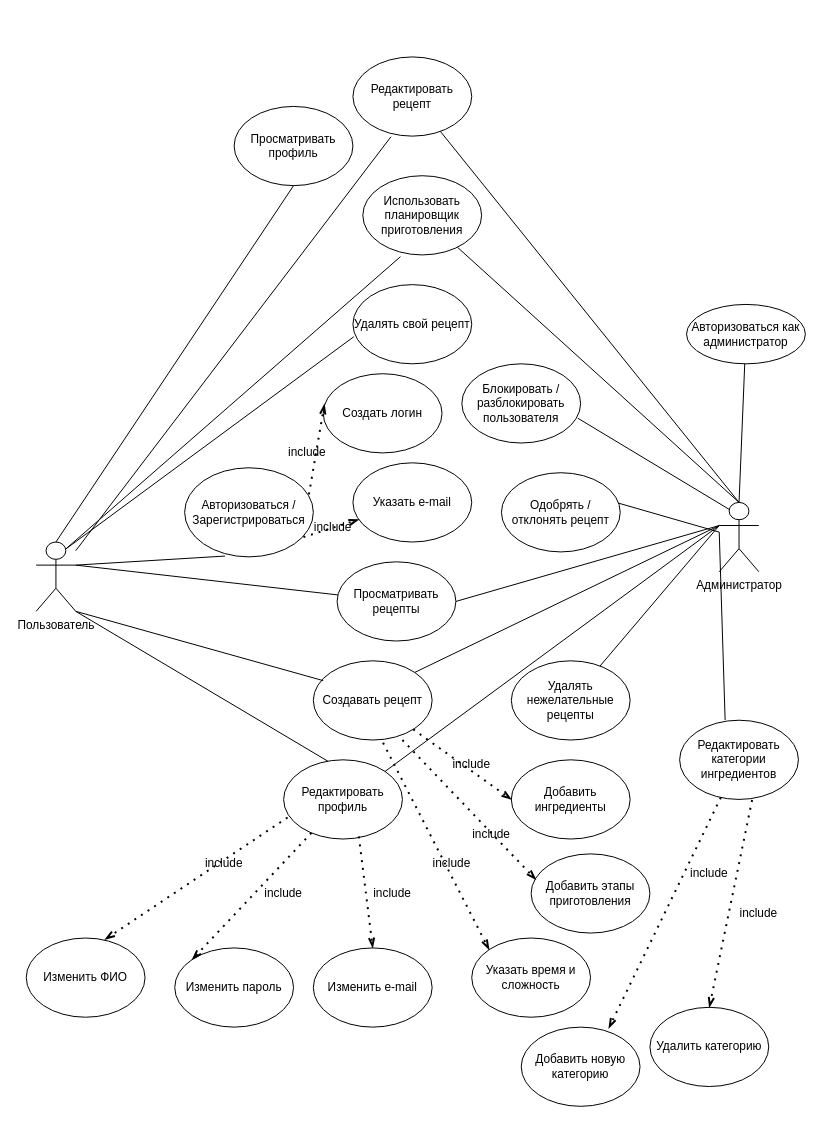
Before: doc/use-case.drawio in pestlain34/A_Graph-Based_System_for_Intelligent_Culinary_Process_Sequencing, a draw.io diagram. Source tidied: cells renumbered, new cells numbered last; positions are measured from the earlier drawing's top-left corner, leaving out a move shared by most shapes. Both pictures are drawn from the tidied source at 99%, with x=0, y=0 at pixel (26, 56).
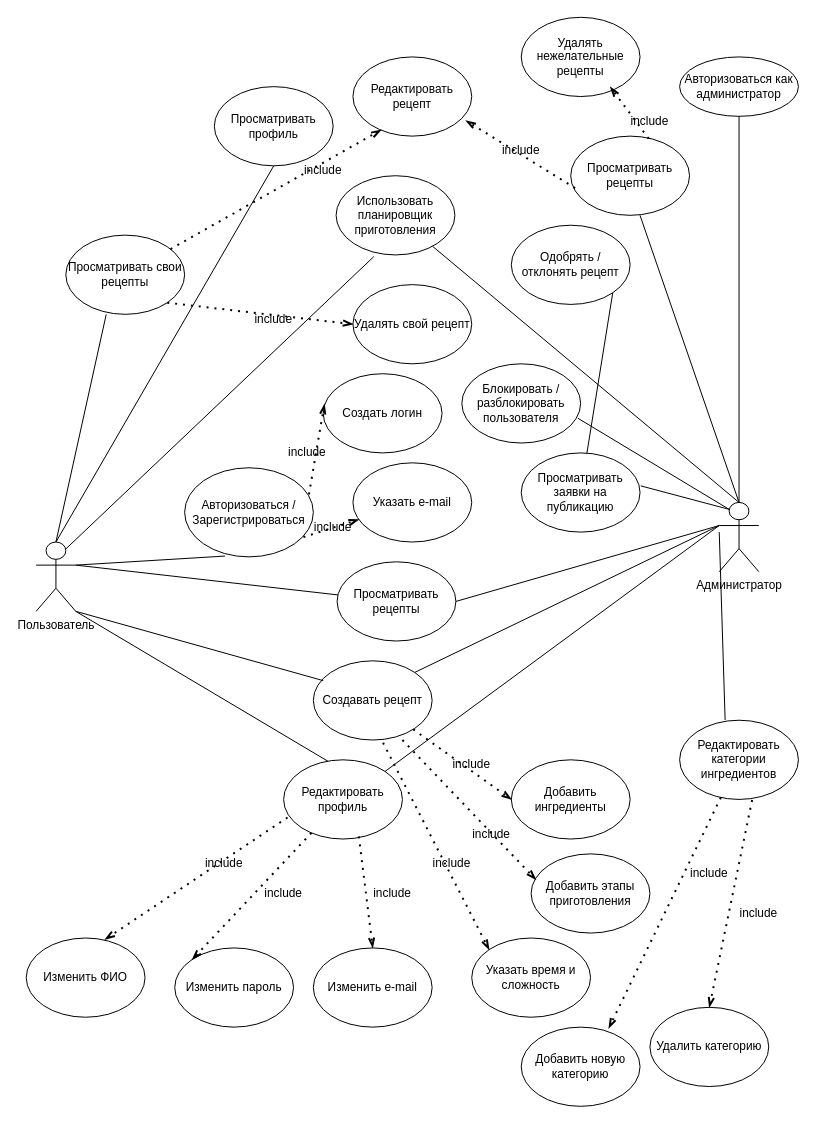
Above is the later version.

Unchanged cells that the change refers to:
```xml
<mxCell id="2" value="Пользователь" style="shape=umlActor;verticalLabelPosition=bottom;verticalAlign=top;html=1;outlineConnect=0;" parent="1" vertex="1">
  <mxGeometry x="10" y="490" width="40" height="70" as="geometry" />
</mxCell>
<mxCell id="3" value="Администратор" style="shape=umlActor;verticalLabelPosition=bottom;verticalAlign=top;html=1;outlineConnect=0;" parent="1" vertex="1">
  <mxGeometry x="700" y="450" width="40" height="70" as="geometry" />
</mxCell>
<mxCell id="20" value="Редактировать рецепт" style="ellipse;whiteSpace=wrap;html=1;" parent="1" vertex="1">
  <mxGeometry x="330" width="120" height="80" as="geometry" />
</mxCell>
<mxCell id="21" value="Удалять свой рецепт" style="ellipse;whiteSpace=wrap;html=1;" parent="1" vertex="1">
  <mxGeometry x="330" y="230" width="120" height="80" as="geometry" />
</mxCell>
```

The edit, as a diff of the source:
```diff
@@
-    <mxCell id="22" style="endArrow=none;html=1;rounded=0;entryX=0.32;entryY=1.008;entryDx=0;entryDy=0;entryPerimeter=0;" parent="1" edge="1" source="2" target="20">
-      <mxGeometry relative="1" as="geometry" />
-    </mxCell>
-    <mxCell id="23" style="endArrow=none;html=1;rounded=0;exitX=0.75;exitY=0.1;exitDx=0;exitDy=0;exitPerimeter=0;entryX=0.007;entryY=0.658;entryDx=0;entryDy=0;entryPerimeter=0;" parent="1" edge="1" source="2" target="21">
-      <mxGeometry relative="1" as="geometry" />
-    </mxCell>
     <mxCell id="24" value="Просматривать профиль" style="ellipse;whiteSpace=wrap;html=1;" parent="1" vertex="1">
-      <mxGeometry x="210" y="50" width="120" height="80" as="geometry" />
+      <mxGeometry x="190" y="30" width="120" height="80" as="geometry" />
     </mxCell>
     <mxCell id="25" value="Использовать планировщик приготовления" style="ellipse;whiteSpace=wrap;html=1;" parent="1" vertex="1">
-      <mxGeometry x="340" y="120" width="120" height="80" as="geometry" />
+      <mxGeometry x="313" y="120" width="120" height="80" as="geometry" />
     </mxCell>
@@
     <mxCell id="36" value="Авторизоваться как администратор" style="ellipse;whiteSpace=wrap;html=1;" parent="1" vertex="1">
-      <mxGeometry x="667" y="250" width="120" height="60" as="geometry" />
+      <mxGeometry x="660" width="120" height="60" as="geometry" />
     </mxCell>
     <mxCell id="37" value="Одобрять / отклонять рецепт" style="ellipse;whiteSpace=wrap;html=1;" parent="1" vertex="1">
-      <mxGeometry x="480" y="420" width="120" height="80" as="geometry" />
+      <mxGeometry x="490" y="170" width="120" height="80" as="geometry" />
     </mxCell>
@@
     <mxCell id="39" value="Удалять нежелательные рецепты" style="ellipse;whiteSpace=wrap;html=1;" parent="1" vertex="1">
-      <mxGeometry x="490" y="610" width="120" height="80" as="geometry" />
+      <mxGeometry x="500" y="-40" width="120" height="80" as="geometry" />
     </mxCell>
@@
-    <mxCell id="45" style="endArrow=none;html=1;rounded=0;entryX=0;entryY=0.3333333333333333;entryDx=0;entryDy=0;entryPerimeter=0;" parent="1" edge="1" source="39" target="3">
-      <mxGeometry relative="1" as="geometry" />
-    </mxCell>
@@
-    <mxCell id="49" style="endArrow=none;html=1;rounded=0;exitX=0.5;exitY=0;exitDx=0;exitDy=0;exitPerimeter=0;" parent="1" edge="1" source="3" target="20">
-      <mxGeometry relative="1" as="geometry" />
-    </mxCell>
@@
-    <mxCell id="64" style="endArrow=none;html=1;rounded=0;exitX=0.983;exitY=0.383;exitDx=0;exitDy=0;exitPerimeter=0;" parent="1" edge="1" source="37">
-      <mxGeometry relative="1" as="geometry">
-        <mxPoint x="700" y="480" as="targetPoint" />
-      </mxGeometry>
-    </mxCell>
+    <mxCell id="65" value="Просматривать свои рецепты" style="ellipse;whiteSpace=wrap;html=1;" parent="1" vertex="1">
+      <mxGeometry x="40" y="180" width="120" height="80" as="geometry" />
+    </mxCell>
+    <mxCell id="66" style="endArrow=openThin;dashed=1;html=1;dashPattern=1 3;strokeWidth=2;rounded=0;endFill=0;entryX=0.237;entryY=0.922;entryDx=0;entryDy=0;entryPerimeter=0;" parent="1" edge="1" source="65" target="20">
+      <mxGeometry relative="1" as="geometry" />
+    </mxCell>
+    <mxCell id="67" value="include" style="text;html=1;align=center;verticalAlign=middle;whiteSpace=wrap;rounded=0;" parent="1" vertex="1">
+      <mxGeometry x="270" y="100" width="60" height="30" as="geometry" />
+    </mxCell>
+    <mxCell id="68" style="endArrow=openThin;dashed=1;html=1;dashPattern=1 3;strokeWidth=2;rounded=0;endFill=0;entryX=0;entryY=0.5;entryDx=0;entryDy=0;exitX=1;exitY=1;exitDx=0;exitDy=0;" parent="1" edge="1" source="65" target="21">
+      <mxGeometry relative="1" as="geometry" />
+    </mxCell>
+    <mxCell id="69" value="include" style="text;html=1;align=center;verticalAlign=middle;whiteSpace=wrap;rounded=0;" parent="1" vertex="1">
+      <mxGeometry x="220" y="250" width="60" height="30" as="geometry" />
+    </mxCell>
+    <mxCell id="70" style="endArrow=none;html=1;rounded=0;entryX=0.34;entryY=1.001;entryDx=0;entryDy=0;entryPerimeter=0;exitX=0.5;exitY=0;exitDx=0;exitDy=0;exitPerimeter=0;" parent="1" edge="1" source="2" target="65">
+      <mxGeometry relative="1" as="geometry" />
+    </mxCell>
+    <mxCell id="71" value="Просматривать рецепты" style="ellipse;whiteSpace=wrap;html=1;" parent="1" vertex="1">
+      <mxGeometry x="550" y="80" width="120" height="80" as="geometry" />
+    </mxCell>
+    <mxCell id="72" style="endArrow=openThin;dashed=1;html=1;dashPattern=1 3;strokeWidth=2;rounded=0;endFill=0;entryX=0.75;entryY=0.881;entryDx=0;entryDy=0;entryPerimeter=0;exitX=0.657;exitY=0.032;exitDx=0;exitDy=0;exitPerimeter=0;" parent="1" edge="1" source="71" target="39">
+      <mxGeometry relative="1" as="geometry" />
+    </mxCell>
+    <mxCell id="73" style="endArrow=openThin;dashed=1;html=1;dashPattern=1 3;strokeWidth=2;rounded=0;endFill=0;entryX=0.951;entryY=0.804;entryDx=0;entryDy=0;entryPerimeter=0;exitX=0.037;exitY=0.656;exitDx=0;exitDy=0;exitPerimeter=0;" parent="1" edge="1" source="71" target="20">
+      <mxGeometry relative="1" as="geometry" />
+    </mxCell>
+    <mxCell id="74" style="endArrow=none;html=1;rounded=0;exitX=0.5;exitY=0;exitDx=0;exitDy=0;exitPerimeter=0;entryX=0.583;entryY=1;entryDx=0;entryDy=0;entryPerimeter=0;" parent="1" edge="1" source="3" target="71">
+      <mxGeometry relative="1" as="geometry" />
+    </mxCell>
+    <mxCell id="75" value="include" style="text;html=1;align=center;verticalAlign=middle;whiteSpace=wrap;rounded=0;" parent="1" vertex="1">
+      <mxGeometry x="600" y="50" width="60" height="30" as="geometry" />
+    </mxCell>
+    <mxCell id="76" value="include" style="text;html=1;align=center;verticalAlign=middle;whiteSpace=wrap;rounded=0;" parent="1" vertex="1">
+      <mxGeometry x="470" y="80" width="60" height="30" as="geometry" />
+    </mxCell>
+    <mxCell id="77" value="Просматривать заявки на публикацию" style="ellipse;whiteSpace=wrap;html=1;" parent="1" vertex="1">
+      <mxGeometry x="500" y="400" width="120" height="80" as="geometry" />
+    </mxCell>
+    <mxCell id="78" style="endArrow=none;html=1;rounded=0;exitX=1.006;exitY=0.416;exitDx=0;exitDy=0;exitPerimeter=0;entryX=0.25;entryY=0.1;entryDx=0;entryDy=0;entryPerimeter=0;" parent="1" edge="1" source="77" target="3">
+      <mxGeometry relative="1" as="geometry" />
+    </mxCell>
+    <mxCell id="79" style="endArrow=none;html=1;rounded=0;exitX=1;exitY=1;exitDx=0;exitDy=0;" parent="1" edge="1" source="37" target="77">
+      <mxGeometry relative="1" as="geometry" />
+    </mxCell>
```
